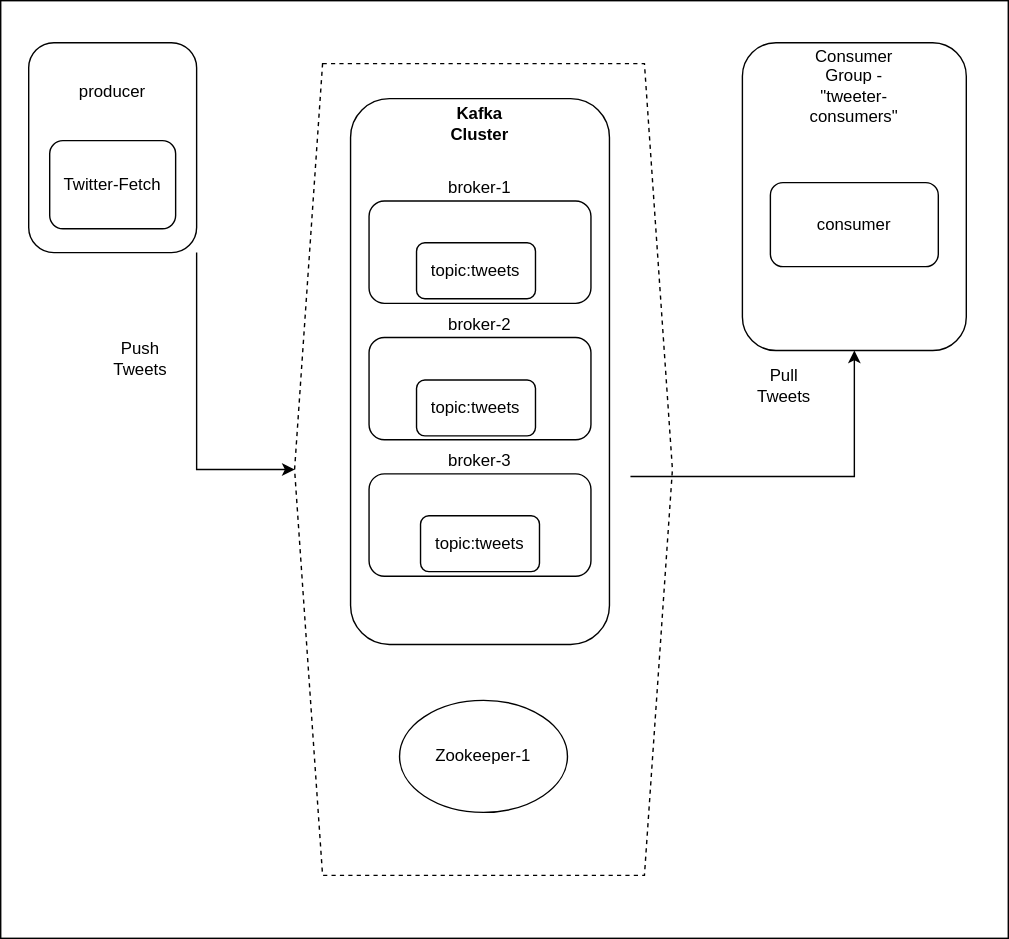
Above: docs/Complete Architecture.drawio.svg in aradgonen/devops-assigment (draw.io), before the change. Source tidied: cells renumbered, new cells last; positions are measured from the earlier drawing's top-left corner, leaving out a move shared by most shapes. Its diagram source:
```xml
<mxGraphModel>
  <root>
    <mxCell id="0" />
    <mxCell id="1" parent="0" />
    <mxCell id="2" style="rounded=0;whiteSpace=wrap;html=1;" parent="1" vertex="1">
      <mxGeometry width="720" height="670" as="geometry" />
    </mxCell>
    <mxCell id="3" style="shape=hexagon;perimeter=hexagonPerimeter2;whiteSpace=wrap;html=1;fixedSize=1;dashed=1;" parent="1" vertex="1">
      <mxGeometry x="210" y="45" width="270" height="580" as="geometry" />
    </mxCell>
    <mxCell id="4" value="Zookeeper-1" style="ellipse;whiteSpace=wrap;html=1;" parent="1" vertex="1">
      <mxGeometry x="285" y="500" width="120" height="80" as="geometry" />
    </mxCell>
    <mxCell id="5" style="group;" parent="1" vertex="1">
      <mxGeometry x="250" y="70" width="185" height="390" as="geometry" />
    </mxCell>
    <mxCell id="6" style="rounded=1;whiteSpace=wrap;html=1;" parent="5" vertex="1">
      <mxGeometry width="185" height="390" as="geometry" />
    </mxCell>
    <mxCell id="7" value="broker-1" style="rounded=1;whiteSpace=wrap;html=1;labelPosition=center;verticalLabelPosition=top;align=center;verticalAlign=bottom;" parent="5" vertex="1">
      <mxGeometry x="13.2" y="73.1" width="158.6" height="73.1" as="geometry" />
    </mxCell>
    <mxCell id="8" value="broker-2" style="rounded=1;whiteSpace=wrap;html=1;labelPosition=center;verticalLabelPosition=top;align=center;verticalAlign=bottom;" parent="5" vertex="1">
      <mxGeometry x="13.2" y="170.6" width="158.6" height="73.1" as="geometry" />
    </mxCell>
    <mxCell id="9" value="broker-3" style="rounded=1;whiteSpace=wrap;html=1;labelPosition=center;verticalLabelPosition=top;align=center;verticalAlign=bottom;" parent="5" vertex="1">
      <mxGeometry x="13.2" y="268.1" width="158.6" height="73.1" as="geometry" />
    </mxCell>
    <mxCell id="10" value="&lt;b&gt;Kafka Cluster&lt;/b&gt;" style="text;html=1;strokeColor=none;fillColor=none;align=center;verticalAlign=middle;whiteSpace=wrap;rounded=0;" parent="5" vertex="1">
      <mxGeometry x="52.9" width="79.3" height="36.6" as="geometry" />
    </mxCell>
    <mxCell id="11" value="topic:tweets" style="rounded=1;whiteSpace=wrap;html=1;" parent="5" vertex="1">
      <mxGeometry x="47.1" y="103" width="85" height="40" as="geometry" />
    </mxCell>
    <mxCell id="12" value="topic:tweets" style="rounded=1;whiteSpace=wrap;html=1;" parent="5" vertex="1">
      <mxGeometry x="47.1" y="201" width="85" height="40" as="geometry" />
    </mxCell>
    <mxCell id="13" value="topic:tweets" style="rounded=1;whiteSpace=wrap;html=1;" parent="5" vertex="1">
      <mxGeometry x="50" y="298" width="85" height="40" as="geometry" />
    </mxCell>
    <mxCell id="14" style="group;" parent="1" vertex="1">
      <mxGeometry x="20" y="30" width="130" height="150" as="geometry" />
    </mxCell>
    <mxCell id="15" style="rounded=1;whiteSpace=wrap;html=1;labelPosition=center;verticalLabelPosition=top;align=center;verticalAlign=bottom;horizontal=1;" parent="14" vertex="1">
      <mxGeometry width="120" height="150" as="geometry" />
    </mxCell>
    <mxCell id="16" value="producer" style="text;html=1;strokeColor=none;fillColor=none;align=center;verticalAlign=middle;whiteSpace=wrap;rounded=0;" parent="14" vertex="1">
      <mxGeometry x="30" y="20" width="60" height="30" as="geometry" />
    </mxCell>
    <mxCell id="17" value="Twitter-Fetch" style="rounded=1;whiteSpace=wrap;html=1;" parent="14" vertex="1">
      <mxGeometry x="15" y="70" width="90" height="63" as="geometry" />
    </mxCell>
    <mxCell id="18" style="edgeStyle=orthogonalEdgeStyle;rounded=0;jettySize=auto;html=1;exitX=1;exitY=1;exitDx=0;exitDy=0;entryX=0;entryY=0.5;entryDx=0;entryDy=0;" parent="1" edge="1" source="15" target="3">
      <mxGeometry relative="1" as="geometry" />
    </mxCell>
    <mxCell id="19" value="Push Tweets" style="text;html=1;strokeColor=none;fillColor=none;align=center;verticalAlign=middle;whiteSpace=wrap;rounded=0;" parent="1" vertex="1">
      <mxGeometry x="70" y="241" width="60" height="30" as="geometry" />
    </mxCell>
    <mxCell id="20" style="edgeStyle=orthogonalEdgeStyle;rounded=0;orthogonalLoop=1;jettySize=auto;html=1;" parent="1" edge="1">
      <mxGeometry relative="1" as="geometry">
        <mxPoint x="450" y="340" as="sourcePoint" />
        <mxPoint x="610" y="250" as="targetPoint" />
      </mxGeometry>
    </mxCell>
    <mxCell id="21" style="group;" parent="1" vertex="1">
      <mxGeometry x="530" y="30" width="160" height="220" as="geometry" />
    </mxCell>
    <mxCell id="22" style="rounded=1;whiteSpace=wrap;html=1;" parent="21" vertex="1">
      <mxGeometry width="160" height="220" as="geometry" />
    </mxCell>
    <mxCell id="23" value="Consumer Group - &quot;tweeter-consumers&quot;" style="text;html=1;strokeColor=none;fillColor=none;align=center;verticalAlign=middle;whiteSpace=wrap;rounded=0;" parent="21" vertex="1">
      <mxGeometry x="50" y="16" width="60" height="30" as="geometry" />
    </mxCell>
    <mxCell id="24" value="consumer" style="rounded=1;whiteSpace=wrap;html=1;" parent="21" vertex="1">
      <mxGeometry x="20" y="100" width="120" height="60" as="geometry" />
    </mxCell>
    <mxCell id="25" value="Pull Tweets" style="text;html=1;strokeColor=none;fillColor=none;align=center;verticalAlign=middle;whiteSpace=wrap;rounded=0;" parent="1" vertex="1">
      <mxGeometry x="530" y="260" width="60" height="30" as="geometry" />
    </mxCell>
  </root>
</mxGraphModel>
```
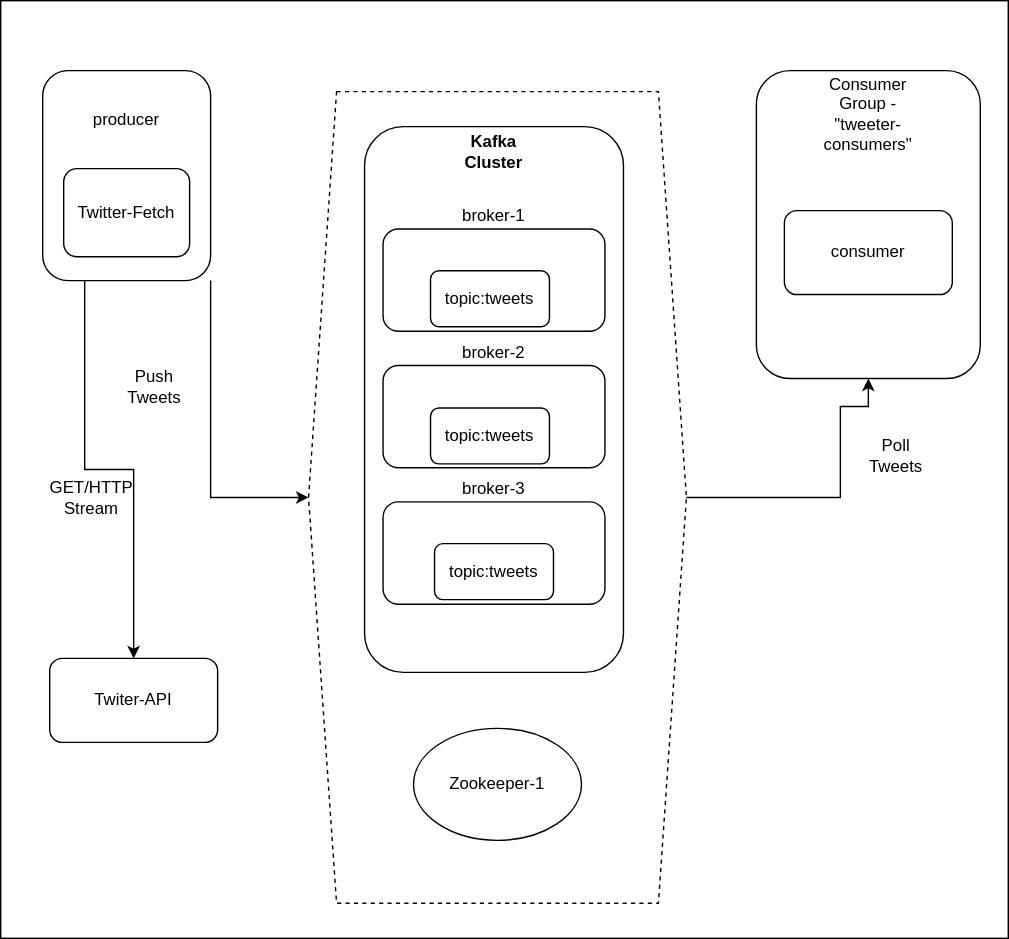
The same file after the commit.

What changed in the source:
```diff
@@ -3,7 +3,7 @@
     <mxCell id="0" />
     <mxCell id="1" parent="0" />
     <mxCell id="2" style="rounded=0;whiteSpace=wrap;html=1;" parent="1" vertex="1">
-      <mxGeometry width="720" height="670" as="geometry" />
+      <mxGeometry x="-10" y="-20" width="720" height="670" as="geometry" />
     </mxCell>
     <mxCell id="3" style="shape=hexagon;perimeter=hexagonPerimeter2;whiteSpace=wrap;html=1;fixedSize=1;dashed=1;" parent="1" vertex="1">
       <mxGeometry x="210" y="45" width="270" height="580" as="geometry" />
@@ -56,10 +56,14 @@
     <mxCell id="19" value="Push Tweets" style="text;html=1;strokeColor=none;fillColor=none;align=center;verticalAlign=middle;whiteSpace=wrap;rounded=0;" parent="1" vertex="1">
       <mxGeometry x="70" y="241" width="60" height="30" as="geometry" />
     </mxCell>
-    <mxCell id="20" style="edgeStyle=orthogonalEdgeStyle;rounded=0;orthogonalLoop=1;jettySize=auto;html=1;" parent="1" edge="1">
+    <mxCell id="20" style="edgeStyle=orthogonalEdgeStyle;rounded=0;jettySize=auto;html=1;startArrow=none;" parent="1" edge="1" source="3">
       <mxGeometry relative="1" as="geometry">
-        <mxPoint x="450" y="340" as="sourcePoint" />
         <mxPoint x="610" y="250" as="targetPoint" />
+        <Array as="points">
+          <mxPoint x="590" y="335" />
+          <mxPoint x="590" y="270" />
+          <mxPoint x="610" y="270" />
+        </Array>
       </mxGeometry>
     </mxCell>
     <mxCell id="21" style="group;" parent="1" vertex="1">
@@ -74,8 +78,17 @@
     <mxCell id="24" value="consumer" style="rounded=1;whiteSpace=wrap;html=1;" parent="21" vertex="1">
       <mxGeometry x="20" y="100" width="120" height="60" as="geometry" />
     </mxCell>
-    <mxCell id="25" value="Pull Tweets" style="text;html=1;strokeColor=none;fillColor=none;align=center;verticalAlign=middle;whiteSpace=wrap;rounded=0;" parent="1" vertex="1">
-      <mxGeometry x="530" y="260" width="60" height="30" as="geometry" />
+    <mxCell id="25" value="Poll Tweets" style="text;html=1;strokeColor=none;fillColor=none;align=center;verticalAlign=middle;whiteSpace=wrap;rounded=0;" parent="1" vertex="1">
+      <mxGeometry x="600" y="290" width="60" height="30" as="geometry" />
     </mxCell>
+    <mxCell id="26" value="Twiter-API" style="rounded=1;whiteSpace=wrap;html=1;" parent="1" vertex="1">
+      <mxGeometry x="25" y="450" width="120" height="60" as="geometry" />
+    </mxCell>
+    <mxCell id="27" style="edgeStyle=orthogonalEdgeStyle;rounded=0;jettySize=auto;html=1;exitX=0.25;exitY=1;exitDx=0;exitDy=0;" parent="1" edge="1" source="15" target="26">
+      <mxGeometry relative="1" as="geometry" />
+    </mxCell>
+    <mxCell id="28" value="GET/HTTP Stream" style="text;html=1;strokeColor=none;fillColor=none;align=center;verticalAlign=middle;whiteSpace=wrap;rounded=0;" parent="1" vertex="1">
+      <mxGeometry x="25" y="320" width="60" height="30" as="geometry" />
+    </mxCell>
   </root>
 </mxGraphModel>
```
